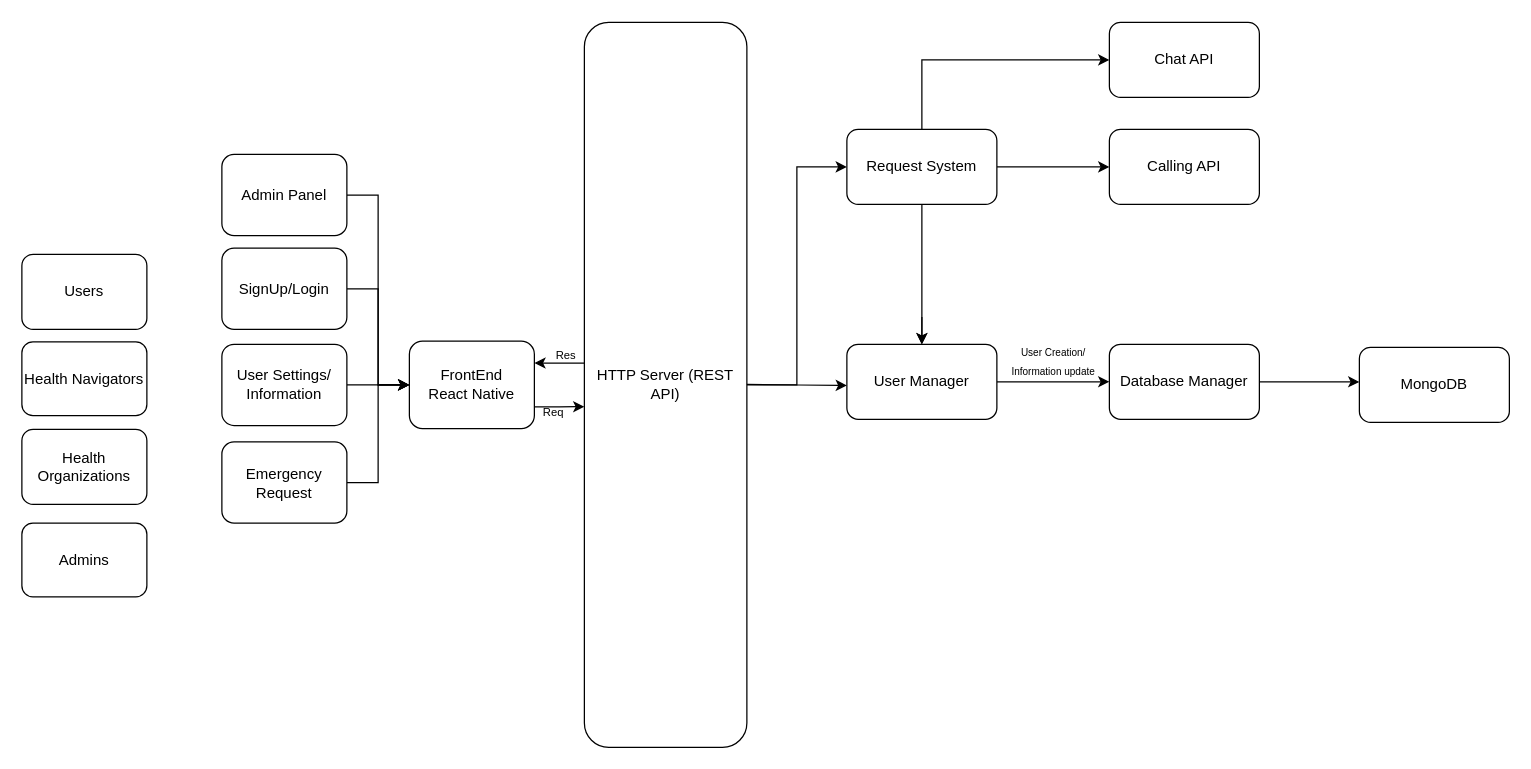
Above: Untitled Diagram.drawio in reiji77/System-Architecture-Diagram-Comp3900 (draw.io), before the change. Source tidied: cells renumbered, new cells numbered last; positions are measured from the earlier drawing's top-left corner, leaving out a move shared by most shapes. Both pictures are drawn from the tidied source at 125%, with x=0, y=0 at pixel (21, 21).
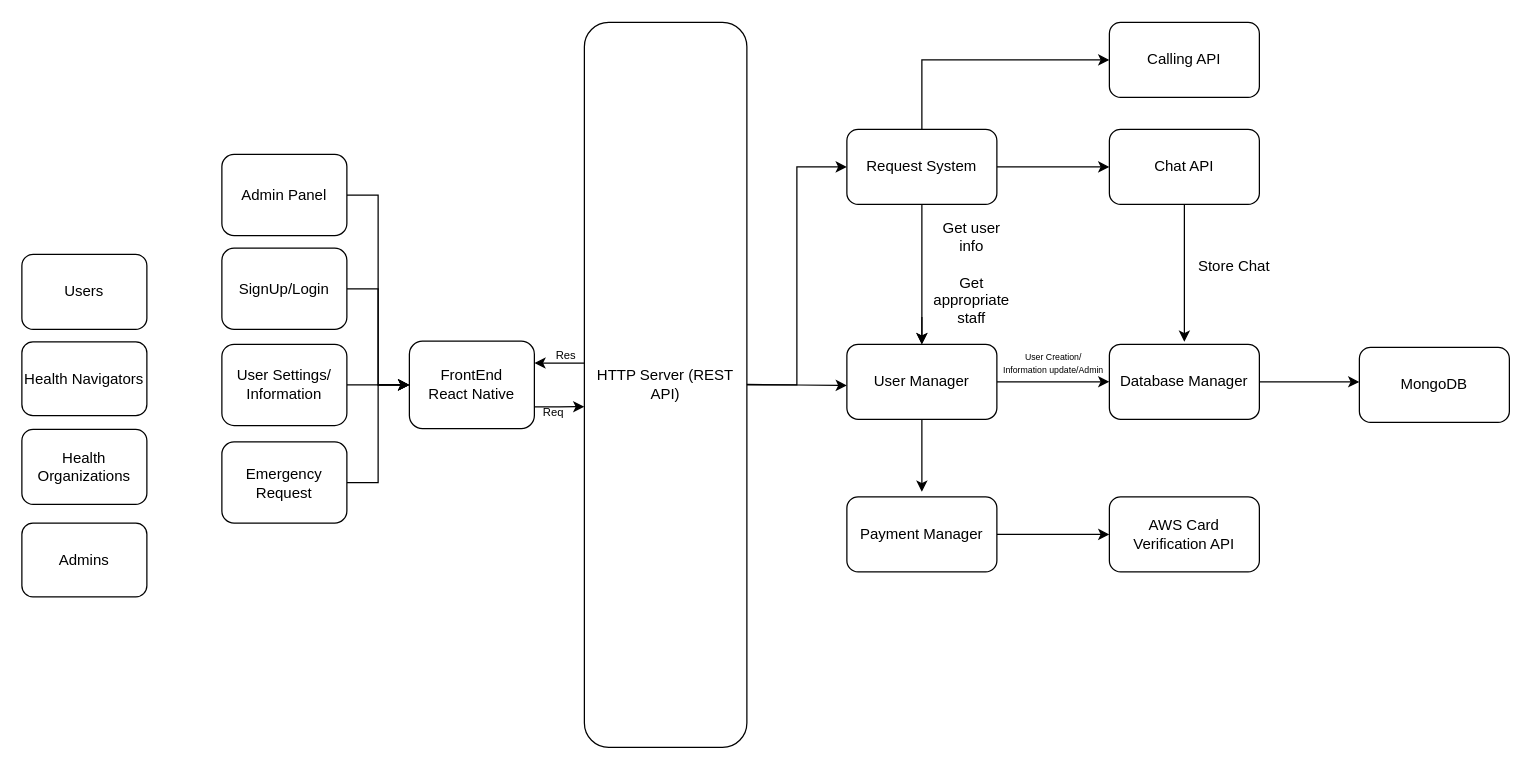
The same diagram, later.

The change refers to these unchanged cells:
```xml
<mxCell id="19" value="User Manager" style="rounded=1;whiteSpace=wrap;html=1;" parent="1" vertex="1">
  <mxGeometry x="660" y="257.9" width="120" height="60" as="geometry" />
</mxCell>
```

Change to the diagram source:
```diff
@@
+    <mxCell id="35" style="edgeStyle=orthogonalEdgeStyle;rounded=0;jettySize=auto;html=1;exitX=0.5;exitY=1;exitDx=0;exitDy=0;" parent="1" edge="1" source="19">
+      <mxGeometry relative="1" as="geometry">
+        <mxPoint x="720" y="376" as="targetPoint" />
+      </mxGeometry>
+    </mxCell>
@@
+    <mxCell id="36" style="edgeStyle=orthogonalEdgeStyle;rounded=0;jettySize=auto;html=1;exitX=0.5;exitY=1;exitDx=0;exitDy=0;" parent="1" edge="1" source="24">
+      <mxGeometry relative="1" as="geometry">
+        <mxPoint x="930" y="256" as="targetPoint" />
+      </mxGeometry>
+    </mxCell>
-    <mxCell id="24" value="Calling API" style="rounded=1;whiteSpace=wrap;html=1;" parent="1" vertex="1">
+    <mxCell id="24" value="Chat API" style="rounded=1;whiteSpace=wrap;html=1;" parent="1" vertex="1">
       <mxGeometry x="870" y="86" width="120" height="60" as="geometry" />
     </mxCell>
@@
-    <mxCell id="30" value="&lt;font style=&quot;font-size: 8px;&quot;&gt;User Creation/&lt;/font&gt;&lt;div&gt;&lt;font style=&quot;font-size: 8px;&quot;&gt;Information update&lt;/font&gt;&lt;/div&gt;" style="text;html=1;align=center;verticalAlign=middle;strokeColor=none;fillColor=none;" parent="1" vertex="1">
-      <mxGeometry x="780" y="251" width="90" height="40" as="geometry" />
+    <mxCell id="30" value="&lt;font style=&quot;font-size: 7px;&quot;&gt;User Creation/&lt;/font&gt;&lt;div style=&quot;font-size: 7px;&quot;&gt;&lt;font style=&quot;font-size: 7px;&quot;&gt;Information update/Admin&lt;/font&gt;&lt;/div&gt;" style="text;html=1;align=center;verticalAlign=middle;strokeColor=none;fillColor=none;" parent="1" vertex="1">
+      <mxGeometry x="775" y="251" width="100" height="40" as="geometry" />
     </mxCell>
@@
-    <mxCell id="34" value="Chat API" style="rounded=1;whiteSpace=wrap;html=1;" parent="1" vertex="1">
+    <mxCell id="34" value="Calling API" style="rounded=1;whiteSpace=wrap;html=1;" parent="1" vertex="1">
       <mxGeometry x="870" y="0.4" width="120" height="60" as="geometry" />
     </mxCell>
+    <mxCell id="37" style="edgeStyle=orthogonalEdgeStyle;rounded=0;jettySize=auto;html=1;exitX=1;exitY=0.5;exitDx=0;exitDy=0;" parent="1" edge="1" source="38">
+      <mxGeometry relative="1" as="geometry">
+        <mxPoint x="870" y="410" as="targetPoint" />
+      </mxGeometry>
+    </mxCell>
+    <mxCell id="38" value="Payment Manager" style="rounded=1;whiteSpace=wrap;html=1;" parent="1" vertex="1">
+      <mxGeometry x="660" y="380" width="120" height="60" as="geometry" />
+    </mxCell>
+    <mxCell id="39" value="AWS Card Verification API" style="rounded=1;whiteSpace=wrap;html=1;" parent="1" vertex="1">
+      <mxGeometry x="870" y="380" width="120" height="60" as="geometry" />
+    </mxCell>
+    <mxCell id="40" value="Get user info&lt;div&gt;&lt;br&gt;&lt;div&gt;Get appropriate staff&lt;/div&gt;&lt;/div&gt;" style="text;html=1;align=center;verticalAlign=middle;whiteSpace=wrap;rounded=0;" parent="1" vertex="1">
+      <mxGeometry x="730" y="186" width="60" height="30" as="geometry" />
+    </mxCell>
+    <mxCell id="41" value="Store Chat" style="text;html=1;align=center;verticalAlign=middle;whiteSpace=wrap;rounded=0;" parent="1" vertex="1">
+      <mxGeometry x="940" y="181" width="60" height="30" as="geometry" />
+    </mxCell>
```
